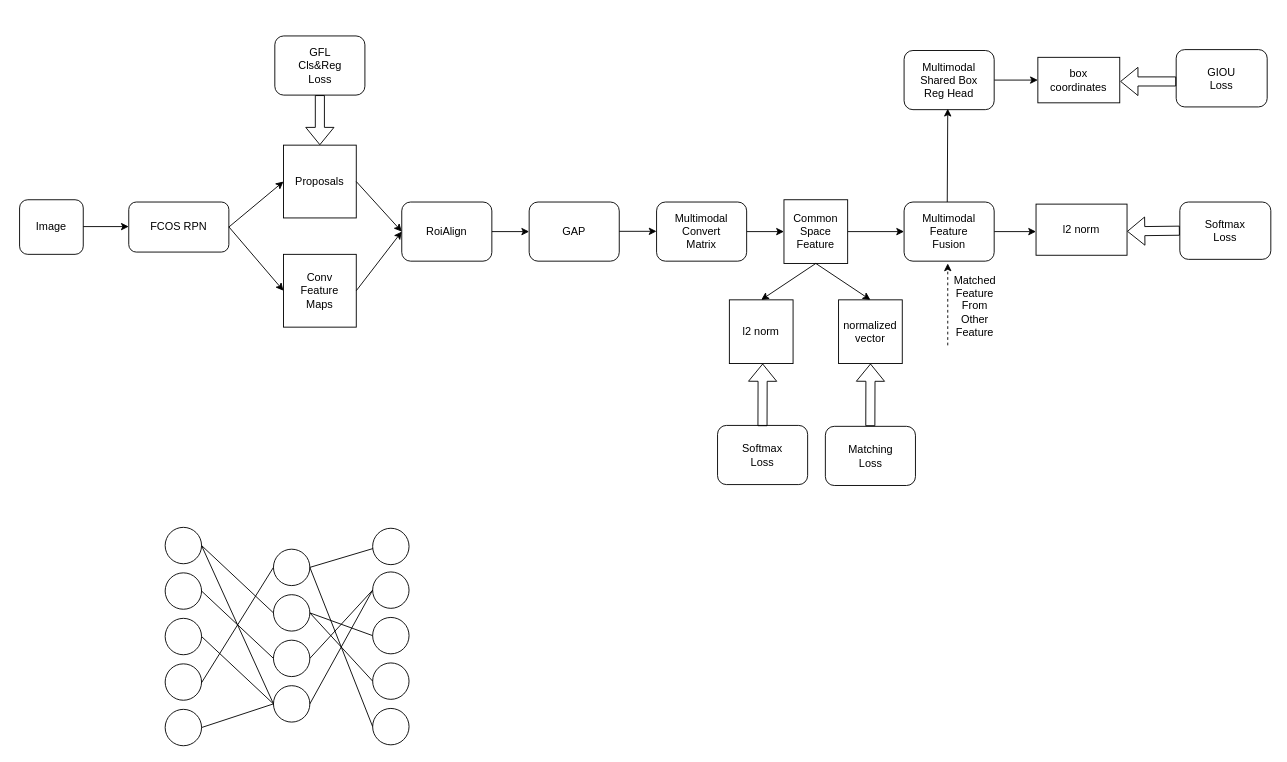
thb1314/for_draw_io keeps this draw.io diagram as 多模态目标检测.drawio. Above is the earlier version. Source tidied: cells renumbered, new cells numbered last; positions are measured from the earlier drawing's top-left corner, leaving out a move shared by most shapes. Both pictures are drawn from the tidied source at 91%, with x=0, y=0 at pixel (19, 35).
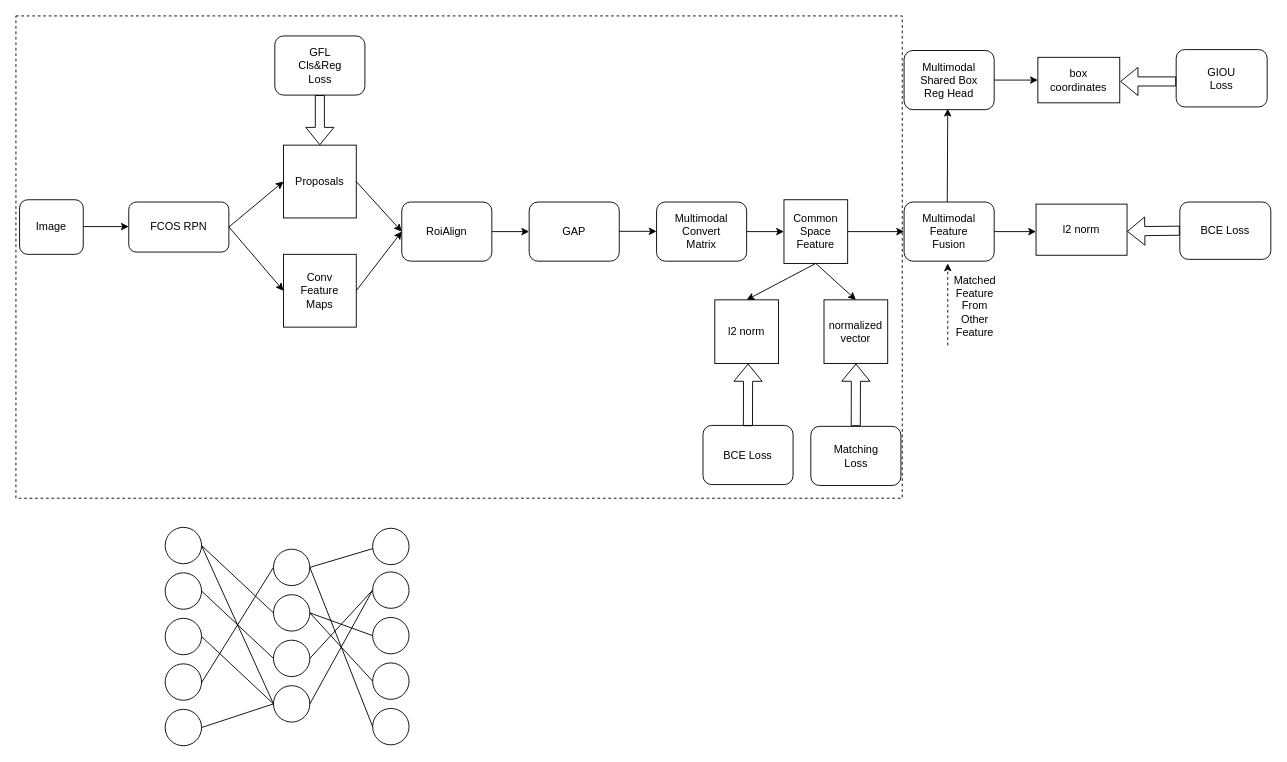
After the change.

Commit message:
更新多模态目标检测.drawio

Change to the diagram source:
```diff
@@
+    <mxCell id="68" style="rounded=0;whiteSpace=wrap;html=1;dashed=1;fillColor=none;" parent="1" vertex="1">
+      <mxGeometry x="-4" y="-22" width="974" height="530" as="geometry" />
+    </mxCell>
@@
     <mxCell id="23" value="Matching&lt;br&gt;Loss" style="rounded=1;whiteSpace=wrap;html=1;" parent="1" vertex="1">
-      <mxGeometry x="885.5" y="429" width="99" height="65" as="geometry" />
+      <mxGeometry x="869.5" y="429" width="99" height="65" as="geometry" />
     </mxCell>
@@
-    <mxCell id="27" value="Softmax&lt;br&gt;Loss" style="rounded=1;whiteSpace=wrap;html=1;" parent="1" vertex="1">
+    <mxCell id="27" value="BCE Loss" style="rounded=1;whiteSpace=wrap;html=1;" parent="1" vertex="1">
       <mxGeometry x="1275" y="182.5" width="100" height="63" as="geometry" />
     </mxCell>
@@
     <mxCell id="29" value="l2 norm" style="whiteSpace=wrap;html=1;" parent="1" vertex="1">
-      <mxGeometry x="780" y="290" width="70" height="70" as="geometry" />
+      <mxGeometry x="764" y="290" width="70" height="70" as="geometry" />
     </mxCell>
     <mxCell id="30" value="normalized&lt;br&gt;vector" style="whiteSpace=wrap;html=1;" parent="1" vertex="1">
-      <mxGeometry x="900" y="290" width="70" height="70" as="geometry" />
+      <mxGeometry x="884" y="290" width="70" height="70" as="geometry" />
     </mxCell>
@@
     <mxCell id="33" style="shape=flexArrow;endArrow=classic;html=1;rounded=0;entryX=0.5;entryY=1;entryDx=0;entryDy=0;exitX=0.553;exitY=-0.019;exitDx=0;exitDy=0;exitPerimeter=0;" parent="1" edge="1">
       <mxGeometry relative="1" as="geometry">
-        <mxPoint x="934.9" y="428.8" as="sourcePoint" />
-        <mxPoint x="935.1" y="360" as="targetPoint" />
+        <mxPoint x="918.9" y="428.8" as="sourcePoint" />
+        <mxPoint x="919.1" y="360" as="targetPoint" />
       </mxGeometry>
     </mxCell>
-    <mxCell id="34" value="Softmax&lt;br style=&quot;border-color: var(--border-color);&quot;&gt;Loss" style="rounded=1;whiteSpace=wrap;html=1;" parent="1" vertex="1">
-      <mxGeometry x="767" y="428" width="99" height="65" as="geometry" />
+    <mxCell id="34" value="BCE Loss" style="rounded=1;whiteSpace=wrap;html=1;" parent="1" vertex="1">
+      <mxGeometry x="751" y="428" width="99" height="65" as="geometry" />
     </mxCell>
     <mxCell id="35" style="shape=flexArrow;endArrow=classic;html=1;rounded=0;entryX=0.5;entryY=1;entryDx=0;entryDy=0;exitX=0.553;exitY=-0.019;exitDx=0;exitDy=0;exitPerimeter=0;" parent="1" edge="1">
       <mxGeometry relative="1" as="geometry">
-        <mxPoint x="816.4" y="428.8" as="sourcePoint" />
-        <mxPoint x="816.6" y="360" as="targetPoint" />
+        <mxPoint x="800.4" y="428.8" as="sourcePoint" />
+        <mxPoint x="800.6" y="360" as="targetPoint" />
       </mxGeometry>
     </mxCell>
```
